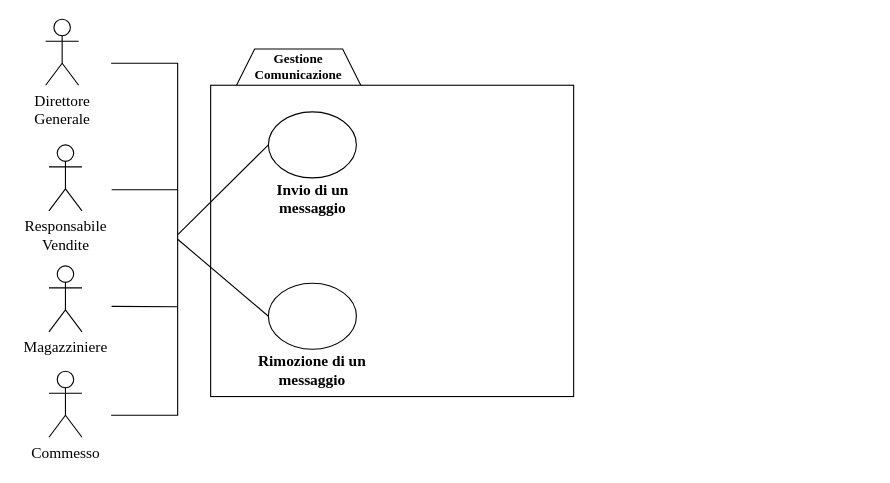
Earlier version of the draw.io diagram Bozze/Diagrammi Casi D'Uso/GestioneComunicazioneALPHA.drawio (Carmineh/IT-Manager). Source tidied: cells renumbered, new cells numbered last; positions are measured from the earlier drawing's top-left corner, leaving out a move shared by most shapes. Both pictures are drawn from the tidied source at 110%, with x=0, y=0 at pixel (-32, 19).
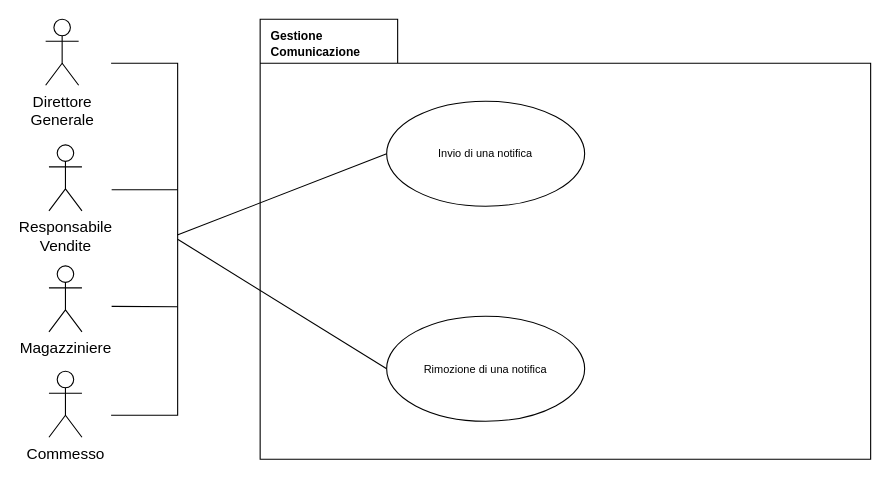
Above is the later version.

What changed in the source:
```diff
@@
 <mxGraphModel>
   <root>
     <mxCell id="0" />
     <mxCell id="1" parent="0" />
-    <mxCell id="2" style="shape=hexagon;perimeter=hexagonPerimeter2;whiteSpace=wrap;html=1;fixedSize=1;" parent="1" vertex="1">
-      <mxGeometry x="240" y="27" width="120" height="80" as="geometry" />
-    </mxCell>
+    <mxCell id="18" style="shape=folder;fontStyle=1;spacingTop=10;tabWidth=125;tabHeight=40;tabPosition=left;html=1;fontSize=10;" parent="1" vertex="1">
+      <mxGeometry x="265" width="555" height="400" as="geometry" />
+    </mxCell>
-    <mxCell id="3" value="&lt;div&gt;&lt;font style=&quot;font-size: 14px&quot; face=&quot;Times New Roman&quot;&gt;Direttore&lt;/font&gt;&lt;/div&gt;&lt;div&gt;&lt;font style=&quot;font-size: 14px&quot; face=&quot;Times New Roman&quot;&gt;Generale&lt;br&gt;&lt;/font&gt;&lt;/div&gt;" style="shape=umlActor;verticalLabelPosition=bottom;verticalAlign=top;html=1;" parent="1" vertex="1">
+    <mxCell id="3" value="&lt;div&gt;&lt;font style=&quot;font-size: 14px&quot;&gt;Direttore&lt;/font&gt;&lt;/div&gt;&lt;div&gt;&lt;font style=&quot;font-size: 14px&quot;&gt;Generale&lt;br&gt;&lt;/font&gt;&lt;/div&gt;" style="shape=umlActor;verticalLabelPosition=bottom;verticalAlign=top;html=1;" parent="1" vertex="1">
       <mxGeometry x="70" width="30" height="60" as="geometry" />
     </mxCell>
-    <mxCell id="4" value="&lt;div&gt;&lt;font style=&quot;font-size: 14px&quot; face=&quot;Times New Roman&quot;&gt;Responsabile&lt;/font&gt;&lt;/div&gt;&lt;div&gt;&lt;font style=&quot;font-size: 14px&quot; face=&quot;Times New Roman&quot;&gt;Vendite&lt;br&gt;&lt;/font&gt;&lt;/div&gt;" style="shape=umlActor;verticalLabelPosition=bottom;verticalAlign=top;html=1;" parent="1" vertex="1">
+    <mxCell id="4" value="&lt;div&gt;&lt;font style=&quot;font-size: 14px&quot;&gt;Responsabile&lt;/font&gt;&lt;/div&gt;&lt;div&gt;&lt;font style=&quot;font-size: 14px&quot;&gt;Vendite&lt;br&gt;&lt;/font&gt;&lt;/div&gt;" style="shape=umlActor;verticalLabelPosition=bottom;verticalAlign=top;html=1;" parent="1" vertex="1">
       <mxGeometry x="73" y="114.2" width="30" height="60" as="geometry" />
     </mxCell>
-    <mxCell id="5" value="&lt;font style=&quot;font-size: 14px&quot; face=&quot;Times New Roman&quot;&gt;Magazziniere&lt;/font&gt;" style="shape=umlActor;verticalLabelPosition=bottom;verticalAlign=top;html=1;" parent="1" vertex="1">
+    <mxCell id="5" value="&lt;font style=&quot;font-size: 14px&quot;&gt;Magazziniere&lt;/font&gt;" style="shape=umlActor;verticalLabelPosition=bottom;verticalAlign=top;html=1;" parent="1" vertex="1">
       <mxGeometry x="73" y="224.2" width="30" height="60" as="geometry" />
     </mxCell>
-    <mxCell id="6" value="&lt;font style=&quot;font-size: 14px&quot; face=&quot;Times New Roman&quot;&gt;Commesso&lt;/font&gt;" style="shape=umlActor;verticalLabelPosition=bottom;verticalAlign=top;html=1;" parent="1" vertex="1">
+    <mxCell id="6" value="&lt;font style=&quot;font-size: 14px&quot;&gt;Commesso&lt;/font&gt;" style="shape=umlActor;verticalLabelPosition=bottom;verticalAlign=top;html=1;" parent="1" vertex="1">
       <mxGeometry x="73" y="320" width="30" height="60" as="geometry" />
     </mxCell>
-    <mxCell id="7" style="rounded=0;whiteSpace=wrap;html=1;" parent="1" vertex="1">
-      <mxGeometry x="220" y="60" width="330" height="283" as="geometry" />
-    </mxCell>
-    <mxCell id="8" value="&lt;div&gt;&lt;br&gt;&lt;/div&gt;&lt;div&gt;&lt;br&gt;&lt;/div&gt;&lt;div&gt;&lt;br&gt;&lt;/div&gt;&lt;div&gt;&lt;br&gt;&lt;/div&gt;&lt;div&gt;&lt;br&gt;&lt;/div&gt;&lt;div&gt;&lt;br&gt;&lt;/div&gt;" style="ellipse;whiteSpace=wrap;html=1;" parent="1" vertex="1">
-      <mxGeometry x="272.5" y="84.2" width="80" height="60" as="geometry" />
-    </mxCell>
-    <mxCell id="9" value="&lt;div&gt;&lt;font face=&quot;Times New Roman&quot;&gt;&lt;span style=&quot;font-size: 14px&quot;&gt;&lt;b&gt;Invio di un messaggio&lt;/b&gt;&lt;/span&gt;&lt;/font&gt;&lt;/div&gt;" style="text;html=1;strokeColor=none;fillColor=none;align=center;verticalAlign=middle;whiteSpace=wrap;rounded=0;" parent="1" vertex="1">
-      <mxGeometry x="247.5" y="154.2" width="130" height="20" as="geometry" />
-    </mxCell>
-    <mxCell id="10" value="&lt;div&gt;&lt;br&gt;&lt;/div&gt;&lt;div&gt;&lt;br&gt;&lt;/div&gt;&lt;div&gt;&lt;br&gt;&lt;/div&gt;&lt;div&gt;&lt;br&gt;&lt;/div&gt;&lt;div&gt;&lt;br&gt;&lt;/div&gt;&lt;div&gt;&lt;br&gt;&lt;/div&gt;" style="ellipse;whiteSpace=wrap;html=1;" parent="1" vertex="1">
-      <mxGeometry x="272.5" y="240" width="80" height="60" as="geometry" />
-    </mxCell>
-    <mxCell id="11" value="&lt;div&gt;&lt;font face=&quot;Times New Roman&quot;&gt;&lt;span style=&quot;font-size: 14px&quot;&gt;&lt;b&gt;Rimozione di un messaggio&lt;/b&gt;&lt;/span&gt;&lt;/font&gt;&lt;/div&gt;" style="text;html=1;strokeColor=none;fillColor=none;align=center;verticalAlign=middle;whiteSpace=wrap;rounded=0;" parent="1" vertex="1">
-      <mxGeometry x="240" y="310" width="145" height="20" as="geometry" />
-    </mxCell>
-    <mxCell id="12" style="shape=partialRectangle;whiteSpace=wrap;html=1;bottom=1;right=1;left=1;top=0;fillColor=none;routingCenterX=-0.5;rotation=-90;" parent="1" vertex="1">
-      <mxGeometry y="170" width="320" height="60" as="geometry" />
-    </mxCell>
-    <mxCell id="13" style="endArrow=none;html=1;" parent="1" edge="1">
-      <mxGeometry relative="1" as="geometry">
-        <mxPoint x="130" y="155" as="sourcePoint" />
-        <mxPoint x="190" y="155" as="targetPoint" />
-      </mxGeometry>
-    </mxCell>
-    <mxCell id="14" style="endArrow=none;html=1;" parent="1" edge="1">
-      <mxGeometry relative="1" as="geometry">
-        <mxPoint x="130" y="261" as="sourcePoint" />
-        <mxPoint x="190" y="261.3" as="targetPoint" />
-      </mxGeometry>
-    </mxCell>
+    <mxCell id="19" style="shape=partialRectangle;whiteSpace=wrap;html=1;bottom=1;right=1;left=1;top=0;fillColor=none;routingCenterX=-0.5;rotation=-90;" parent="1" vertex="1">
+      <mxGeometry y="170" width="320" height="60" as="geometry" />
+    </mxCell>
+    <mxCell id="20" style="endArrow=none;html=1;" parent="1" edge="1">
+      <mxGeometry relative="1" as="geometry">
+        <mxPoint x="130" y="155" as="sourcePoint" />
+        <mxPoint x="190" y="155" as="targetPoint" />
+      </mxGeometry>
+    </mxCell>
+    <mxCell id="21" style="endArrow=none;html=1;" parent="1" edge="1">
+      <mxGeometry relative="1" as="geometry">
+        <mxPoint x="130" y="261" as="sourcePoint" />
+        <mxPoint x="190" y="261.3" as="targetPoint" />
+      </mxGeometry>
+    </mxCell>
-    <mxCell id="15" value="&lt;div&gt;&lt;font face=&quot;Times New Roman&quot;&gt;&lt;b&gt;Gestione&lt;/b&gt;&lt;/font&gt;&lt;/div&gt;&lt;div&gt;&lt;font face=&quot;Times New Roman&quot;&gt;&lt;b&gt;Comunicazione&lt;/b&gt;&lt;/font&gt;&lt;/div&gt;" style="text;html=1;strokeColor=none;fillColor=none;align=center;verticalAlign=middle;whiteSpace=wrap;rounded=0;" parent="1" vertex="1">
-      <mxGeometry x="280" y="33" width="40" height="20" as="geometry" />
+    <mxCell id="15" value="&lt;div&gt;&lt;font style=&quot;font-size: 11px&quot;&gt;&lt;b&gt;Gestione Comunicazione&lt;/b&gt;&lt;/font&gt;&lt;/div&gt;" style="text;html=1;strokeColor=none;fillColor=none;align=left;verticalAlign=middle;whiteSpace=wrap;rounded=0;" parent="1" vertex="1">
+      <mxGeometry x="272.5" y="7" width="107.5" height="30" as="geometry" />
     </mxCell>
-    <mxCell id="16" style="endArrow=none;html=1;entryX=0;entryY=0.5;entryDx=0;entryDy=0;exitX=0.512;exitY=0.995;exitDx=0;exitDy=0;exitPerimeter=0;" parent="1" edge="1" source="12" target="8">
-      <mxGeometry relative="1" as="geometry" />
-    </mxCell>
-    <mxCell id="17" style="endArrow=none;html=1;entryX=0;entryY=0.5;entryDx=0;entryDy=0;exitX=0.5;exitY=1;exitDx=0;exitDy=0;" parent="1" edge="1" source="12" target="10">
-      <mxGeometry relative="1" as="geometry" />
-    </mxCell>
+    <mxCell id="22" style="endArrow=none;html=1;entryX=0;entryY=0.5;entryDx=0;entryDy=0;exitX=0.512;exitY=0.995;exitDx=0;exitDy=0;exitPerimeter=0;" parent="1" edge="1" source="19" target="24">
+      <mxGeometry relative="1" as="geometry" />
+    </mxCell>
+    <mxCell id="23" style="endArrow=none;html=1;exitX=0.5;exitY=1;exitDx=0;exitDy=0;entryX=0;entryY=0.5;entryDx=0;entryDy=0;" parent="1" edge="1" source="19" target="25">
+      <mxGeometry relative="1" as="geometry" />
+    </mxCell>
+    <mxCell id="24" value="Invio di una notifica" style="ellipse;whiteSpace=wrap;html=1;fontSize=10;" parent="1" vertex="1">
+      <mxGeometry x="380" y="74.5" width="180" height="95.5" as="geometry" />
+    </mxCell>
+    <mxCell id="25" value="Rimozione di una notifica" style="ellipse;whiteSpace=wrap;html=1;fontSize=10;" parent="1" vertex="1">
+      <mxGeometry x="380" y="270" width="180" height="95.5" as="geometry" />
+    </mxCell>
   </root>
 </mxGraphModel>
```
